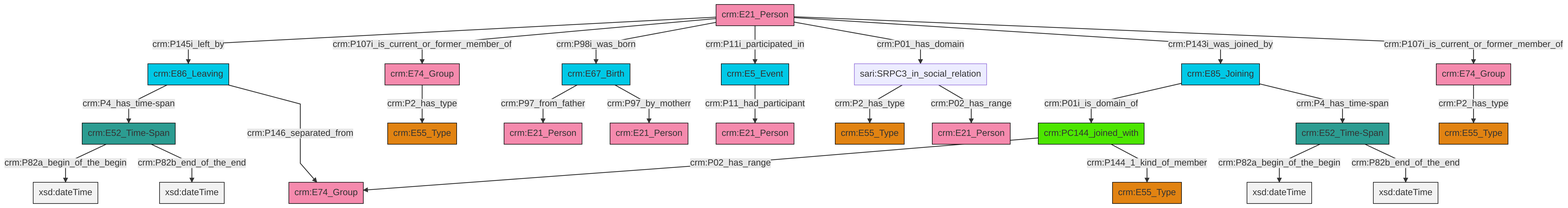
The Mermaid diagram et/personCSV/ttl/mmd/png/Person_Actor_Relations.png in swiss-art-research-net/reference-data-models, before a commit. Its source is kept beside it as et/personCSV/ttl/mmd/Person_Actor_Relations.ttl.mmd.
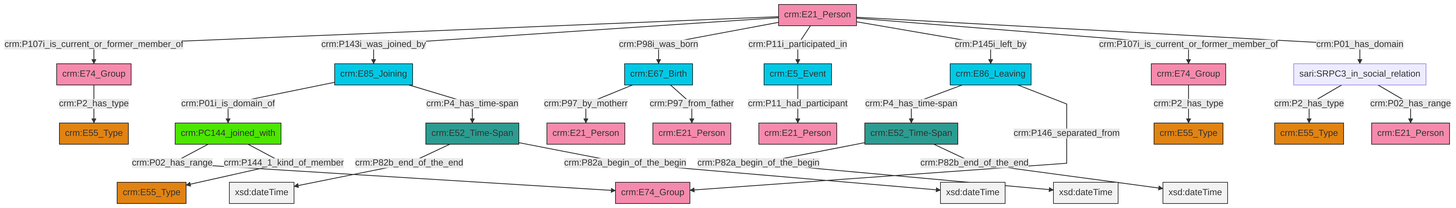
The same diagram one commit later.

The edit, as a diff of the source:
```diff
@@ -13,27 +13,27 @@
 classDef PC_Classes fill:#4ce600, stroke:#000000;
 classDef Multi fill:#cccccc,stroke:#000000;
 
-2["crm:E85_Joining"]:::Temporal_Entity -->|crm:P01i_is_domain_of| 3["crm:PC144_joined_with"]:::PC_Classes
-8["crm:E21_Person"]:::Actor -->|crm:P145i_left_by| 0["crm:E86_Leaving"]:::Temporal_Entity
-0["crm:E86_Leaving"]:::Temporal_Entity -->|crm:P4_has_time-span| 9["crm:E52_Time-Span"]:::Time-Span
-8["crm:E21_Person"]:::Actor -->|crm:P107i_is_current_or_former_member_of| 13["crm:E74_Group"]:::Actor
-2["crm:E85_Joining"]:::Temporal_Entity -->|crm:P4_has_time-span| 14["crm:E52_Time-Span"]:::Time-Span
-8["crm:E21_Person"]:::Actor -->|crm:P98i_was_born| 17["crm:E67_Birth"]:::Temporal_Entity
-3["crm:PC144_joined_with"]:::PC_Classes -->|crm:P02_has_range| 18["crm:E74_Group"]:::Actor
-8["crm:E21_Person"]:::Actor -->|crm:P11i_participated_in| 10["crm:E5_Event"]:::Temporal_Entity
-19["sari:SRPC3_in_social_relation"]:::Default -->|crm:P2_has_type| 6["crm:E55_Type"]:::Type
-14["crm:E52_Time-Span"]:::Time-Span -->|crm:P82a_begin_of_the_begin| 23[xsd:dateTime]:::Literal
-0["crm:E86_Leaving"]:::Temporal_Entity -->|crm:P146_separated_from| 18["crm:E74_Group"]:::Actor
-14["crm:E52_Time-Span"]:::Time-Span -->|crm:P82b_end_of_the_end| 29[xsd:dateTime]:::Literal
-8["crm:E21_Person"]:::Actor -->|crm:P01_has_domain| 19["sari:SRPC3_in_social_relation"]:::Default
-19["sari:SRPC3_in_social_relation"]:::Default -->|crm:P02_has_range| 30["crm:E21_Person"]:::Actor
-10["crm:E5_Event"]:::Temporal_Entity -->|crm:P11_had_participant| 4["crm:E21_Person"]:::Actor
-9["crm:E52_Time-Span"]:::Time-Span -->|crm:P82a_begin_of_the_begin| 32[xsd:dateTime]:::Literal
-33["crm:E74_Group"]:::Actor -->|crm:P2_has_type| 21["crm:E55_Type"]:::Type
-17["crm:E67_Birth"]:::Temporal_Entity -->|crm:P97_from_father| 35["crm:E21_Person"]:::Actor
-17["crm:E67_Birth"]:::Temporal_Entity -->|crm:P97_by_motherr| 15["crm:E21_Person"]:::Actor
-9["crm:E52_Time-Span"]:::Time-Span -->|crm:P82b_end_of_the_end| 37[xsd:dateTime]:::Literal
-3["crm:PC144_joined_with"]:::PC_Classes -->|crm:P144_1_kind_of_member| 40["crm:E55_Type"]:::Type
-8["crm:E21_Person"]:::Actor -->|crm:P143i_was_joined_by| 2["crm:E85_Joining"]:::Temporal_Entity
-13["crm:E74_Group"]:::Actor -->|crm:P2_has_type| 25["crm:E55_Type"]:::Type
-8["crm:E21_Person"]:::Actor -->|crm:P107i_is_current_or_former_member_of| 33["crm:E74_Group"]:::Actor
+2["crm:E21_Person"]:::Actor -->|crm:P107i_is_current_or_former_member_of| 3["crm:E74_Group"]:::Actor
+4["crm:E85_Joining"]:::Temporal_Entity -->|crm:P01i_is_domain_of| 5["crm:PC144_joined_with"]:::PC_Classes
+6["crm:E52_Time-Span"]:::Time-Span -->|crm:P82b_end_of_the_end| 7[xsd:dateTime]:::Literal
+2["crm:E21_Person"]:::Actor -->|crm:P143i_was_joined_by| 4["crm:E85_Joining"]:::Temporal_Entity
+4["crm:E85_Joining"]:::Temporal_Entity -->|crm:P4_has_time-span| 6["crm:E52_Time-Span"]:::Time-Span
+2["crm:E21_Person"]:::Actor -->|crm:P98i_was_born| 13["crm:E67_Birth"]:::Temporal_Entity
+2["crm:E21_Person"]:::Actor -->|crm:P11i_participated_in| 14["crm:E5_Event"]:::Temporal_Entity
+15["crm:E86_Leaving"]:::Temporal_Entity -->|crm:P4_has_time-span| 16["crm:E52_Time-Span"]:::Time-Span
+16["crm:E52_Time-Span"]:::Time-Span -->|crm:P82a_begin_of_the_begin| 18[xsd:dateTime]:::Literal
+21["sari:SRPC3_in_social_relation"]:::Default -->|crm:P2_has_type| 22["crm:E55_Type"]:::Type
+6["crm:E52_Time-Span"]:::Time-Span -->|crm:P82a_begin_of_the_begin| 28[xsd:dateTime]:::Literal
+3["crm:E74_Group"]:::Actor -->|crm:P2_has_type| 19["crm:E55_Type"]:::Type
+21["sari:SRPC3_in_social_relation"]:::Default -->|crm:P02_has_range| 31["crm:E21_Person"]:::Actor
+2["crm:E21_Person"]:::Actor -->|crm:P145i_left_by| 15["crm:E86_Leaving"]:::Temporal_Entity
+15["crm:E86_Leaving"]:::Temporal_Entity -->|crm:P146_separated_from| 23["crm:E74_Group"]:::Actor
+14["crm:E5_Event"]:::Temporal_Entity -->|crm:P11_had_participant| 32["crm:E21_Person"]:::Actor
+13["crm:E67_Birth"]:::Temporal_Entity -->|crm:P97_by_motherr| 8["crm:E21_Person"]:::Actor
+16["crm:E52_Time-Span"]:::Time-Span -->|crm:P82b_end_of_the_end| 41[xsd:dateTime]:::Literal
+13["crm:E67_Birth"]:::Temporal_Entity -->|crm:P97_from_father| 39["crm:E21_Person"]:::Actor
+2["crm:E21_Person"]:::Actor -->|crm:P107i_is_current_or_former_member_of| 44["crm:E74_Group"]:::Actor
+5["crm:PC144_joined_with"]:::PC_Classes -->|crm:P02_has_range| 23["crm:E74_Group"]:::Actor
+2["crm:E21_Person"]:::Actor -->|crm:P01_has_domain| 21["sari:SRPC3_in_social_relation"]:::Default
+5["crm:PC144_joined_with"]:::PC_Classes -->|crm:P144_1_kind_of_member| 0["crm:E55_Type"]:::Type
+44["crm:E74_Group"]:::Actor -->|crm:P2_has_type| 36["crm:E55_Type"]:::Type
```
